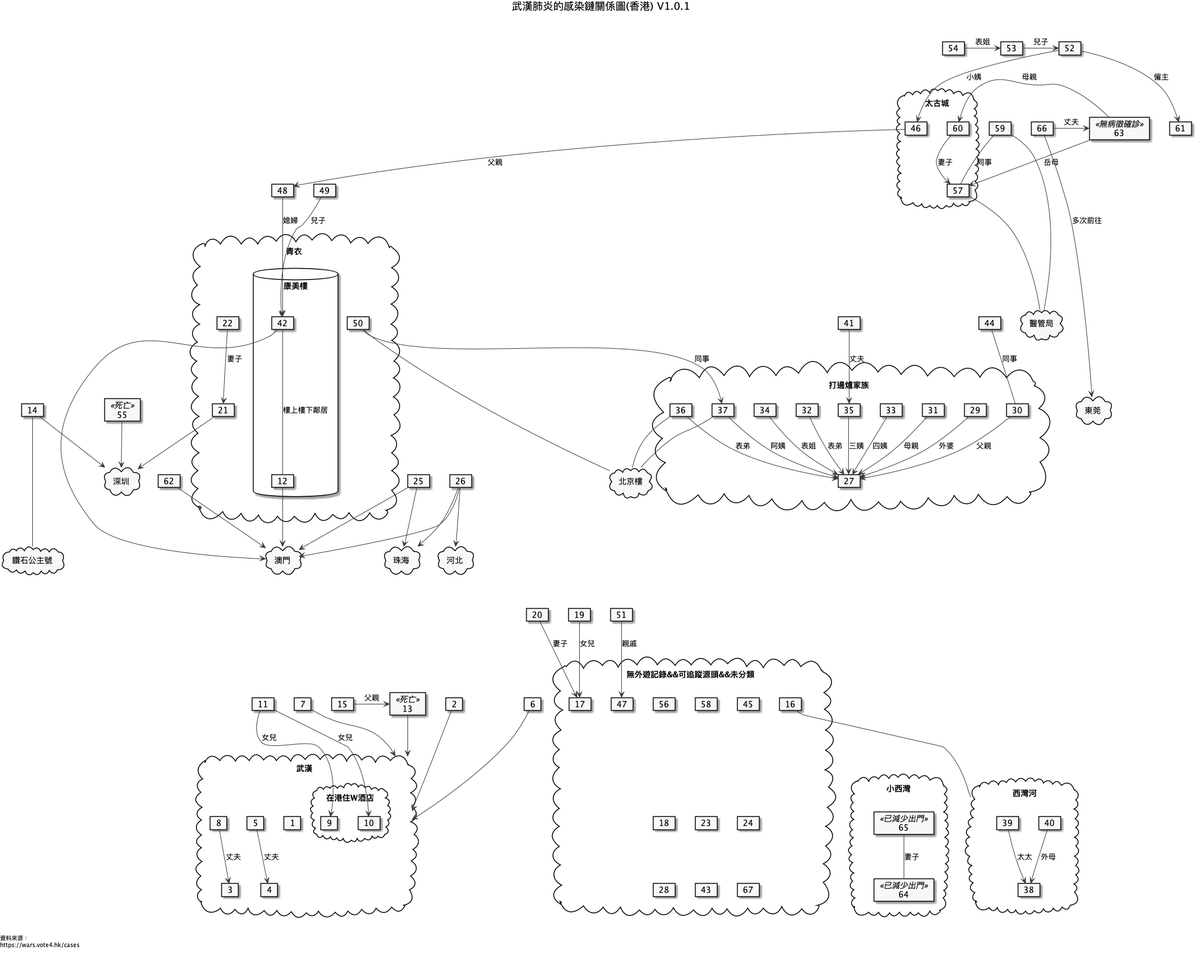
This is wuhan-virus-spread-hongkong.png from benlau/wuhan-virus-info, a PlantUML export, as it was before one commit.
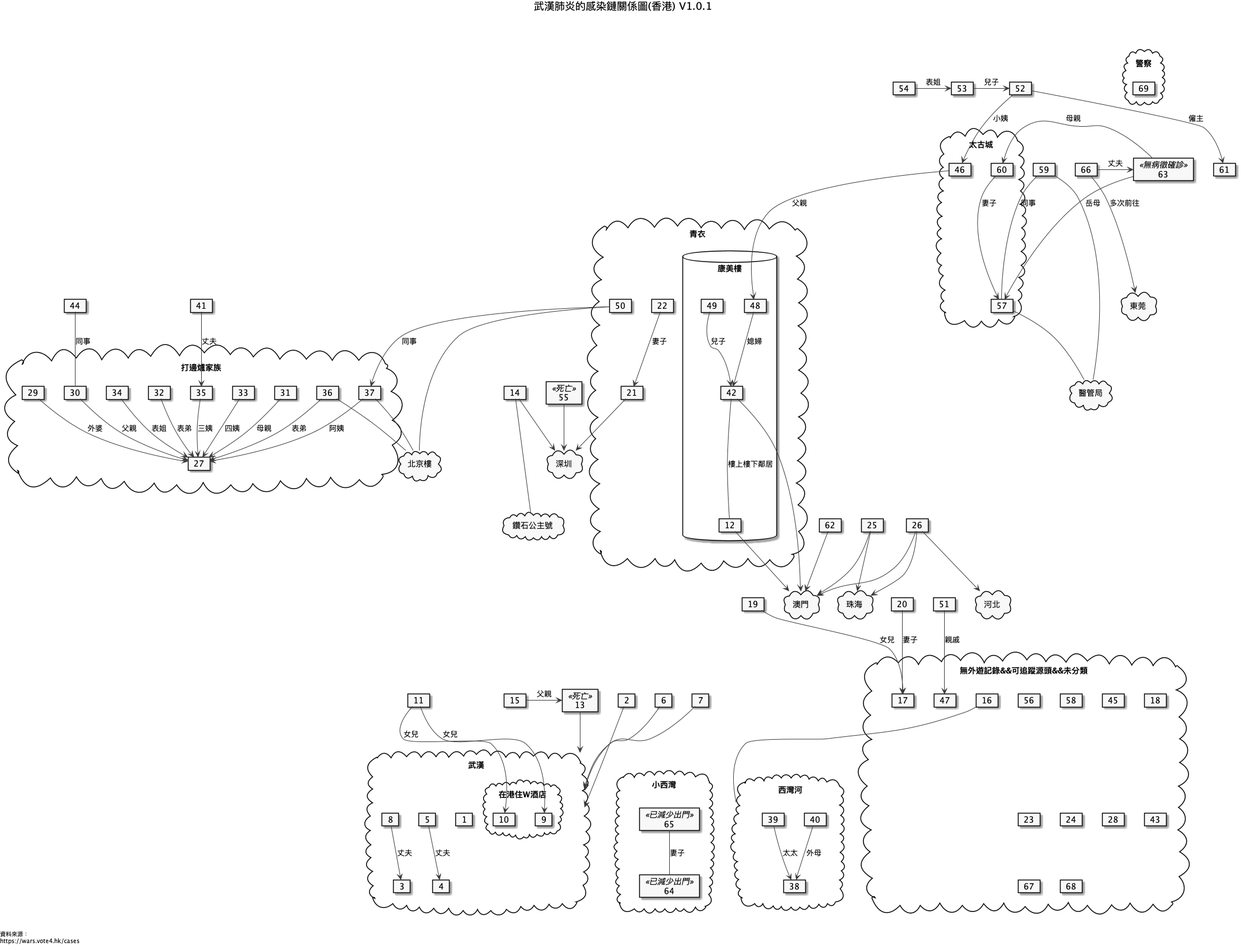
After the commit.

What changed in the source:
```diff
@@ -33,6 +33,8 @@
   database "康美樓" as HongMei {
     card 42
     card 12
+		card 49
+		card 48
     42 --- 12: 樓上樓下鄰居
   }
   card 21
@@ -52,6 +54,10 @@
 cloud "小西灣" {
 	card 64 <<已減少出門>>
 	card 65 <<已減少出門>>
+}
+
+cloud "警察" as Police {
+	card 69
 }
 
 card 41
@@ -95,6 +101,7 @@
   card 43
   card 47
 	card 67
+	card 68
 }
 
 cloud "澳門" as Macau
@@ -135,7 +142,6 @@
 card 6
 card 7
 card 44
-card 48
 card 52
 card 61
 card 13 <<死亡>>
@@ -144,7 +150,6 @@
 card 20
 card 25
 card 26
-card 49
 card 54
 card 53
 card 55 <<死亡>>
@@ -195,7 +200,7 @@
 59 -- 57: 同事
 65 -- 64: 妻子
 66 -> 63: 丈夫
-66 ----> 東莞: 多次前往
+66 --> 東莞: 多次前往
 
 
 
```
